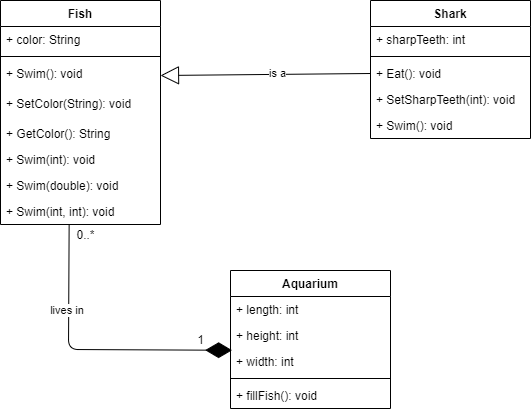
Earlier version of the draw.io export ExerciseW2.png (natasha-amiera/Week2ClassDiagram). Source tidied: cells renumbered, new cells last; positions are measured from the earlier drawing's top-left corner, leaving out a move shared by most shapes.
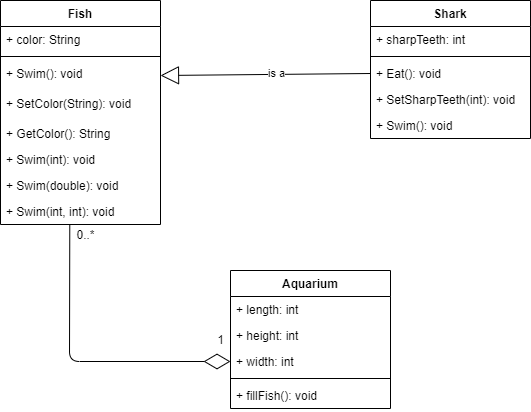
The same diagram one commit later.

Diff of the diagram source:
```diff
@@ -29,18 +29,6 @@
     <mxCell id="10" value="+ Swim(int, int): void" style="text;strokeColor=none;fillColor=none;align=left;verticalAlign=top;spacingLeft=4;spacingRight=4;overflow=hidden;points=[[0,0.5],[1,0.5]];portConstraint=eastwest;" parent="2" vertex="1">
       <mxGeometry y="198" width="160" height="26" as="geometry" />
     </mxCell>
-    <mxCell id="11" style="endArrow=diamondThin;endFill=1;endSize=24;html=1;entryX=0.01;entryY=0.068;entryDx=0;entryDy=0;entryPerimeter=0;exitX=0.429;exitY=0.995;exitDx=0;exitDy=0;exitPerimeter=0;" parent="1" edge="1" source="10" target="16">
-      <mxGeometry relative="1" as="geometry">
-        <Array as="points">
-          <mxPoint x="68" y="349" />
-        </Array>
-      </mxGeometry>
-    </mxCell>
-    <mxCell id="12" value="lives in&amp;nbsp;" style="edgeLabel;html=1;align=center;verticalAlign=middle;" parent="11" vertex="1">
-      <mxGeometry x="-0.16" y="-1" relative="1" as="geometry">
-        <mxPoint y="-36" as="offset" />
-      </mxGeometry>
-    </mxCell>
     <mxCell id="13" value="Aquarium" style="swimlane;fontStyle=1;align=center;verticalAlign=top;horizontal=1;startSize=26;" parent="1" vertex="1">
       <mxGeometry x="230" y="270" width="160" height="138" as="geometry" />
     </mxCell>
@@ -86,10 +74,17 @@
       <mxGeometry y="112" width="160" height="26" as="geometry" />
     </mxCell>
     <mxCell id="27" value="1" style="text;html=1;align=center;verticalAlign=middle;" parent="1" vertex="1">
-      <mxGeometry x="190" y="329" width="20" height="20" as="geometry" />
+      <mxGeometry x="210" y="329" width="20" height="20" as="geometry" />
     </mxCell>
     <mxCell id="28" value="0..*" style="text;html=1;align=center;verticalAlign=middle;points=[];" parent="1" vertex="1">
       <mxGeometry x="70" y="224" width="30" height="20" as="geometry" />
     </mxCell>
+    <mxCell id="29" style="endArrow=diamondThin;endFill=0;endSize=24;html=1;exitX=-0.024;exitY=0.036;exitDx=0;exitDy=0;exitPerimeter=0;entryX=0;entryY=0.5;entryDx=0;entryDy=0;" parent="1" edge="1" source="28" target="16">
+      <mxGeometry relative="1" as="geometry">
+        <Array as="points">
+          <mxPoint x="69" y="361" />
+        </Array>
+      </mxGeometry>
+    </mxCell>
   </root>
 </mxGraphModel>
```
